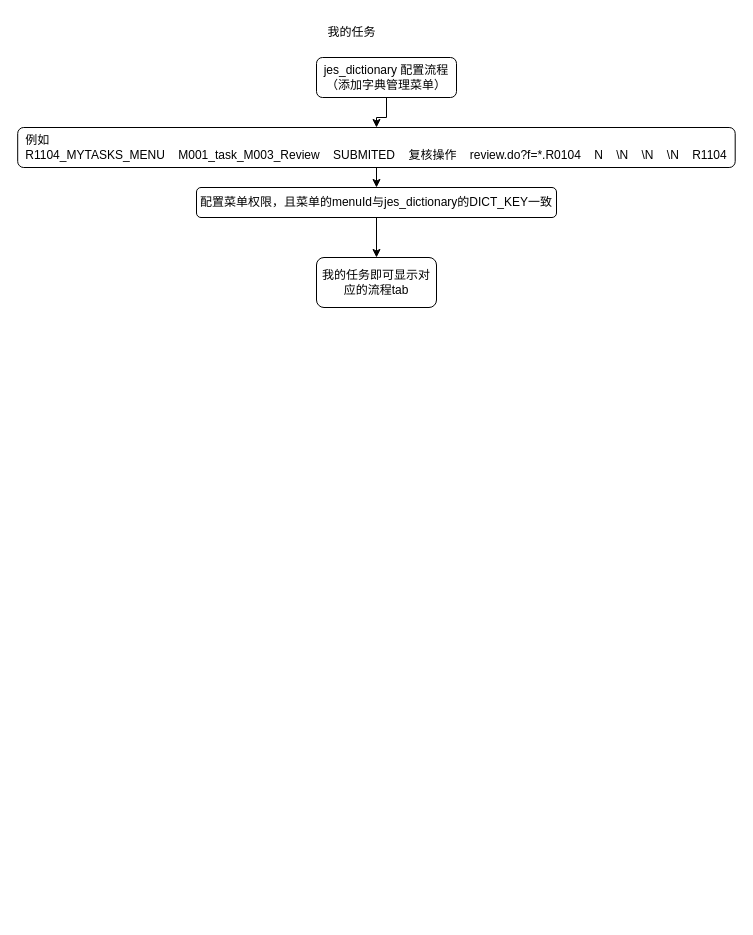
Before: regulation-bussiness.drawio in JiaYzhang/WebResearch, a draw.io diagram. Source tidied: cells renumbered, new cells numbered last; positions are measured from the earlier drawing's top-left corner, leaving out a move shared by most shapes. Both pictures are drawn from the tidied source at 100%, with x=0, y=0 at pixel (17, 17).
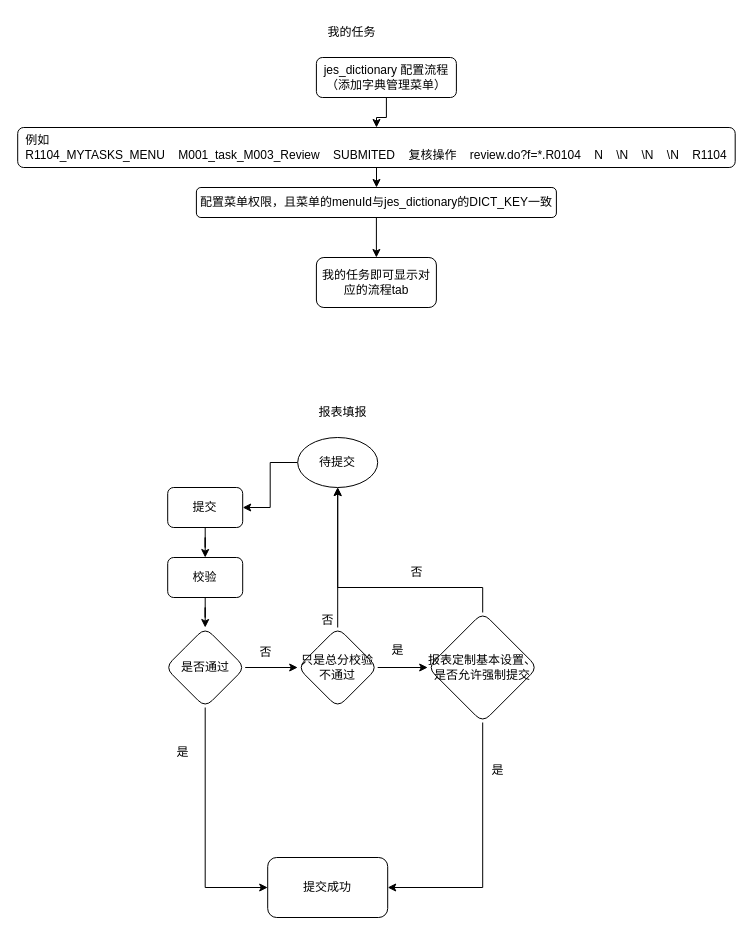
The same diagram, later.

What changed in the source:
```diff
@@
     <mxCell id="3" value="jes_dictionary 配置流程&lt;br&gt;（添加字典管理菜单）" style="rounded=1;whiteSpace=wrap;html=1;fontSize=12;glass=0;strokeWidth=1;shadow=0;" parent="1" vertex="1">
-      <mxGeometry x="299" y="40" width="140" height="40" as="geometry" />
+      <mxGeometry x="298.9" y="40" width="140" height="40" as="geometry" />
     </mxCell>
     <mxCell id="4" value="我的任务" style="text;html=1;align=center;verticalAlign=middle;strokeColor=none;fillColor=none;" parent="1" vertex="1">
-      <mxGeometry x="299" width="70" height="30" as="geometry" />
+      <mxGeometry x="298.9" width="70" height="30" as="geometry" />
     </mxCell>
@@
     <mxCell id="8" value="配置菜单权限，且菜单的menuId与jes_dictionary的DICT_KEY一致" style="whiteSpace=wrap;html=1;rounded=1;glass=0;strokeWidth=1;shadow=0;" parent="1" vertex="1">
-      <mxGeometry x="179" y="170" width="360" height="30" as="geometry" />
+      <mxGeometry x="178.9" y="170" width="360" height="30" as="geometry" />
     </mxCell>
     <mxCell id="9" value="我的任务即可显示对应的流程tab" style="whiteSpace=wrap;html=1;rounded=1;glass=0;strokeWidth=1;shadow=0;" parent="1" vertex="1">
-      <mxGeometry x="299" y="240" width="120" height="50" as="geometry" />
+      <mxGeometry x="298.9" y="240" width="120" height="50" as="geometry" />
     </mxCell>
+    <mxCell id="10" value="报表填报" style="text;html=1;align=center;verticalAlign=middle;strokeColor=none;fillColor=none;" parent="1" vertex="1">
+      <mxGeometry x="290.2" y="380" width="70" height="30" as="geometry" />
+    </mxCell>
+    <mxCell id="11" style="edgeStyle=orthogonalEdgeStyle;rounded=0;jettySize=auto;html=1;" parent="1" edge="1" source="12" target="14">
+      <mxGeometry relative="1" as="geometry" />
+    </mxCell>
+    <mxCell id="12" value="提交" style="rounded=1;whiteSpace=wrap;html=1;fontSize=12;glass=0;strokeWidth=1;shadow=0;" parent="1" vertex="1">
+      <mxGeometry x="150.2" y="470" width="75" height="40" as="geometry" />
+    </mxCell>
+    <mxCell id="13" style="edgeStyle=orthogonalEdgeStyle;rounded=0;jettySize=auto;html=1;" parent="1" edge="1" source="14" target="17">
+      <mxGeometry relative="1" as="geometry" />
+    </mxCell>
+    <mxCell id="14" value="校验" style="rounded=1;whiteSpace=wrap;html=1;fontSize=12;glass=0;strokeWidth=1;shadow=0;" parent="1" vertex="1">
+      <mxGeometry x="150.2" y="540" width="75" height="40" as="geometry" />
+    </mxCell>
+    <mxCell id="15" style="edgeStyle=orthogonalEdgeStyle;rounded=0;jettySize=auto;html=1;entryX=0;entryY=0.5;entryDx=0;entryDy=0;" parent="1" edge="1" source="17" target="21">
+      <mxGeometry relative="1" as="geometry" />
+    </mxCell>
+    <mxCell id="16" style="edgeStyle=orthogonalEdgeStyle;rounded=0;jettySize=auto;html=1;entryX=0;entryY=0.5;entryDx=0;entryDy=0;exitX=0.5;exitY=1;exitDx=0;exitDy=0;" parent="1" edge="1" source="17" target="26">
+      <mxGeometry relative="1" as="geometry" />
+    </mxCell>
+    <mxCell id="17" value="是否通过" style="rhombus;whiteSpace=wrap;html=1;rounded=1;glass=0;strokeWidth=1;shadow=0;" parent="1" vertex="1">
+      <mxGeometry x="147.7" y="610" width="80" height="80" as="geometry" />
+    </mxCell>
+    <mxCell id="18" value="否" style="text;html=1;align=center;verticalAlign=middle;strokeColor=none;fillColor=none;" parent="1" vertex="1">
+      <mxGeometry x="227.7" y="620" width="40" height="30" as="geometry" />
+    </mxCell>
+    <mxCell id="19" style="edgeStyle=orthogonalEdgeStyle;rounded=0;jettySize=auto;html=1;" parent="1" edge="1" source="21" target="24">
+      <mxGeometry relative="1" as="geometry" />
+    </mxCell>
+    <mxCell id="20" style="edgeStyle=orthogonalEdgeStyle;rounded=0;jettySize=auto;html=1;entryX=0.5;entryY=1;entryDx=0;entryDy=0;" parent="1" edge="1" source="21" target="29">
+      <mxGeometry relative="1" as="geometry" />
+    </mxCell>
+    <mxCell id="21" value="只是总分校验不通过" style="rhombus;whiteSpace=wrap;html=1;rounded=1;glass=0;strokeWidth=1;shadow=0;" parent="1" vertex="1">
+      <mxGeometry x="280.2" y="610" width="80" height="80" as="geometry" />
+    </mxCell>
+    <mxCell id="22" style="edgeStyle=orthogonalEdgeStyle;rounded=0;jettySize=auto;html=1;entryX=1;entryY=0.5;entryDx=0;entryDy=0;" parent="1" edge="1" source="24" target="26">
+      <mxGeometry relative="1" as="geometry">
+        <Array as="points">
+          <mxPoint x="465.2" y="870" />
+        </Array>
+      </mxGeometry>
+    </mxCell>
+    <mxCell id="23" style="edgeStyle=orthogonalEdgeStyle;rounded=0;jettySize=auto;html=1;entryX=0.5;entryY=1;entryDx=0;entryDy=0;" parent="1" edge="1" source="24" target="29">
+      <mxGeometry relative="1" as="geometry">
+        <Array as="points">
+          <mxPoint x="465.2" y="570" />
+          <mxPoint x="320.2" y="570" />
+        </Array>
+      </mxGeometry>
+    </mxCell>
+    <mxCell id="24" value="报表定制基本设置、是否允许强制提交" style="rhombus;whiteSpace=wrap;html=1;rounded=1;glass=0;strokeWidth=1;shadow=0;" parent="1" vertex="1">
+      <mxGeometry x="410.2" y="595" width="110" height="110" as="geometry" />
+    </mxCell>
+    <mxCell id="25" value="是" style="text;html=1;align=center;verticalAlign=middle;strokeColor=none;fillColor=none;" parent="1" vertex="1">
+      <mxGeometry x="360.2" y="618" width="40" height="30" as="geometry" />
+    </mxCell>
+    <mxCell id="26" value="提交成功" style="whiteSpace=wrap;html=1;rounded=1;glass=0;strokeWidth=1;shadow=0;" parent="1" vertex="1">
+      <mxGeometry x="250.2" y="840" width="120" height="60" as="geometry" />
+    </mxCell>
+    <mxCell id="27" value="是" style="text;html=1;align=center;verticalAlign=middle;strokeColor=none;fillColor=none;" parent="1" vertex="1">
+      <mxGeometry x="460.2" y="738" width="40" height="30" as="geometry" />
+    </mxCell>
+    <mxCell id="28" style="edgeStyle=orthogonalEdgeStyle;rounded=0;jettySize=auto;html=1;entryX=1;entryY=0.5;entryDx=0;entryDy=0;" parent="1" edge="1" source="29" target="12">
+      <mxGeometry relative="1" as="geometry" />
+    </mxCell>
+    <mxCell id="29" value="待提交" style="ellipse;whiteSpace=wrap;html=1;" parent="1" vertex="1">
+      <mxGeometry x="280.2" y="420" width="80" height="50" as="geometry" />
+    </mxCell>
+    <mxCell id="30" value="是" style="text;html=1;align=center;verticalAlign=middle;strokeColor=none;fillColor=none;" parent="1" vertex="1">
+      <mxGeometry x="145.2" y="720" width="40" height="30" as="geometry" />
+    </mxCell>
+    <mxCell id="31" value="否" style="text;html=1;align=center;verticalAlign=middle;strokeColor=none;fillColor=none;" parent="1" vertex="1">
+      <mxGeometry x="290.2" y="588" width="40" height="30" as="geometry" />
+    </mxCell>
+    <mxCell id="32" value="否" style="text;html=1;align=center;verticalAlign=middle;strokeColor=none;fillColor=none;" parent="1" vertex="1">
+      <mxGeometry x="378.9" y="540" width="40" height="30" as="geometry" />
+    </mxCell>
```
